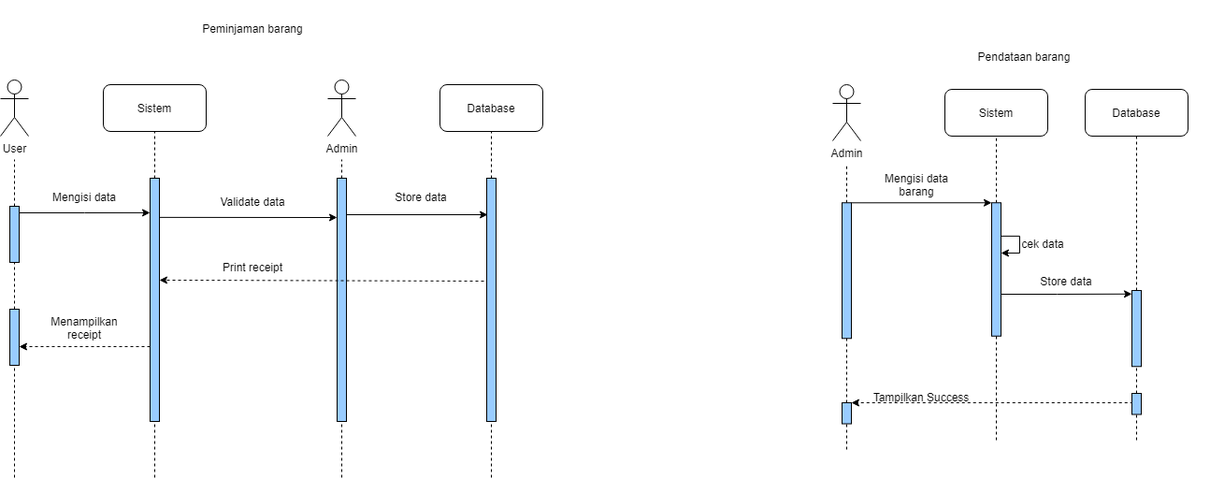
Earlier version of the draw.io export diagrams/Sequence Diagram.drawio.png (johannfac/aplikasipeminjamanaset). Source tidied: cells renumbered, new cells last; positions are measured from the earlier drawing's top-left corner, leaving out a move shared by most shapes.
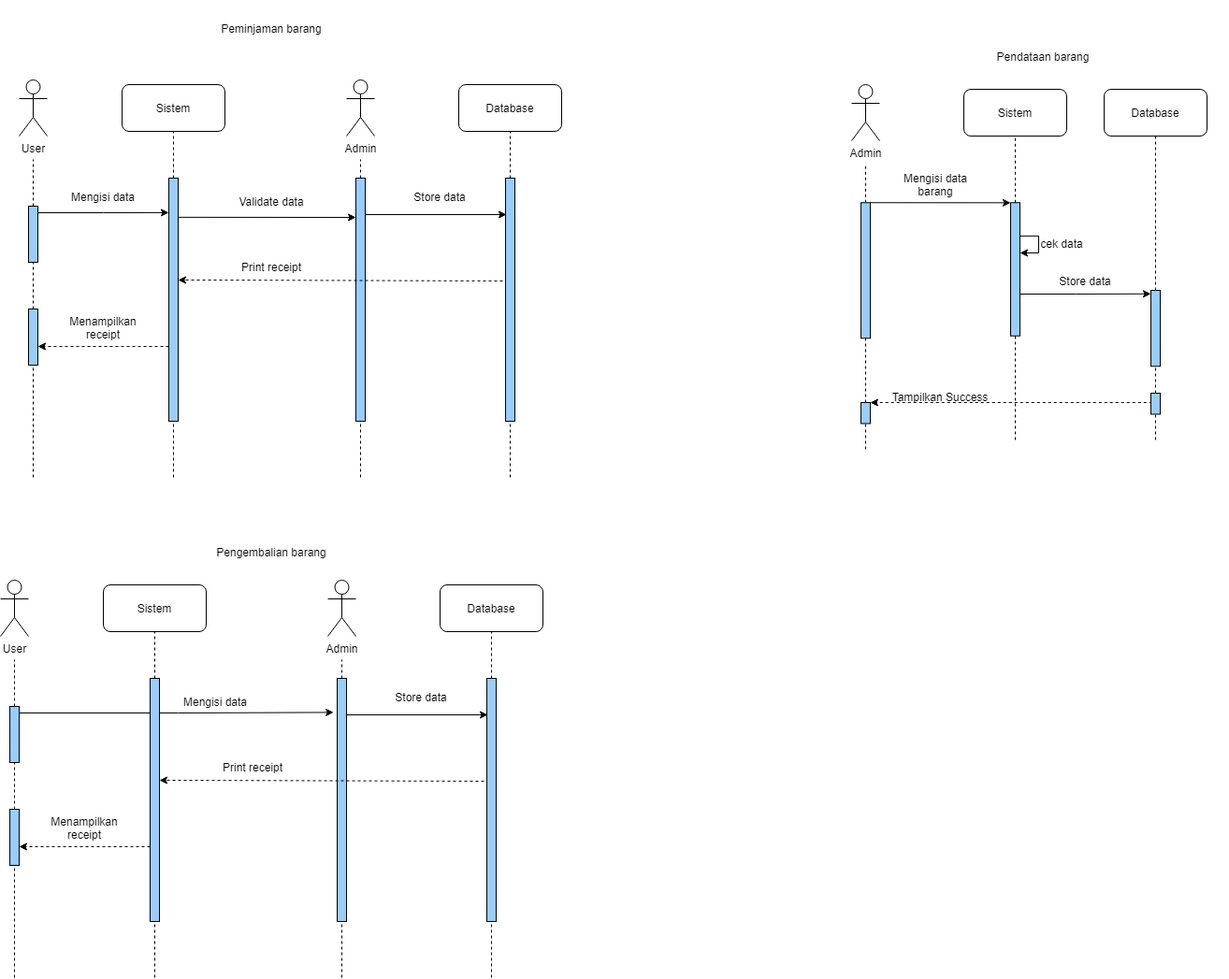
The same file after the commit.

Diff of the diagram source:
```diff
@@ -236,5 +236,103 @@
     <mxCell id="59" value="cek data" style="text;html=1;strokeColor=none;fillColor=none;align=center;verticalAlign=middle;whiteSpace=wrap;rounded=0;" parent="1" vertex="1">
       <mxGeometry x="1090" y="250" width="50" height="20" as="geometry" />
     </mxCell>
+    <mxCell id="60" value="Sistem" style="rounded=1;whiteSpace=wrap;html=1;" parent="1" vertex="1">
+      <mxGeometry x="90" y="625" width="110" height="50" as="geometry" />
+    </mxCell>
+    <mxCell id="61" value="Database" style="rounded=1;whiteSpace=wrap;html=1;" parent="1" vertex="1">
+      <mxGeometry x="450" y="625" width="110" height="50" as="geometry" />
+    </mxCell>
+    <mxCell id="62" value="User" style="shape=umlActor;verticalLabelPosition=bottom;verticalAlign=top;html=1;" parent="1" vertex="1">
+      <mxGeometry x="-20" y="620" width="30" height="60" as="geometry" />
+    </mxCell>
+    <mxCell id="63" value="Admin" style="shape=umlActor;verticalLabelPosition=bottom;verticalAlign=top;html=1;" parent="1" vertex="1">
+      <mxGeometry x="330" y="620" width="30" height="60" as="geometry" />
+    </mxCell>
+    <mxCell id="64" style="endArrow=none;dashed=1;html=1;rounded=0;startArrow=none;" parent="1" edge="1" source="71">
+      <mxGeometry relative="1" as="geometry">
+        <mxPoint x="-5" y="705" as="targetPoint" />
+      </mxGeometry>
+    </mxCell>
+    <mxCell id="65" style="endArrow=none;dashed=1;html=1;rounded=0;startArrow=none;entryX=0.5;entryY=1;entryDx=0;entryDy=0;" parent="1" edge="1" source="73" target="60">
+      <mxGeometry relative="1" as="geometry" />
+    </mxCell>
+    <mxCell id="66" style="endArrow=none;dashed=1;html=1;rounded=0;startArrow=none;" parent="1" edge="1" source="75">
+      <mxGeometry relative="1" as="geometry">
+        <mxPoint x="345" y="705" as="targetPoint" />
+      </mxGeometry>
+    </mxCell>
+    <mxCell id="67" style="endArrow=none;dashed=1;html=1;rounded=0;entryX=0.5;entryY=1;entryDx=0;entryDy=0;startArrow=none;" parent="1" edge="1" source="68" target="61">
+      <mxGeometry relative="1" as="geometry" />
+    </mxCell>
+    <mxCell id="68" style="rounded=0;whiteSpace=wrap;html=1;fillColor=#99CCFF;" parent="1" vertex="1">
+      <mxGeometry x="500" y="725" width="10" height="260" as="geometry" />
+    </mxCell>
+    <mxCell id="69" style="endArrow=none;dashed=1;html=1;rounded=0;entryX=0.5;entryY=1;entryDx=0;entryDy=0;" parent="1" edge="1" target="68">
+      <mxGeometry relative="1" as="geometry">
+        <mxPoint x="505" y="1045" as="sourcePoint" />
+      </mxGeometry>
+    </mxCell>
+    <mxCell id="70" style="edgeStyle=orthogonalEdgeStyle;rounded=0;jettySize=auto;html=1;entryX=-0.383;entryY=0.14;entryDx=0;entryDy=0;entryPerimeter=0;" parent="1" edge="1" target="75">
+      <mxGeometry relative="1" as="geometry">
+        <mxPoint y="762" as="sourcePoint" />
+      </mxGeometry>
+    </mxCell>
+    <mxCell id="71" style="rounded=0;whiteSpace=wrap;html=1;fillColor=#99CCFF;" parent="1" vertex="1">
+      <mxGeometry x="-10" y="755" width="10" height="60" as="geometry" />
+    </mxCell>
+    <mxCell id="72" style="endArrow=none;dashed=1;html=1;rounded=0;startArrow=none;" parent="1" edge="1" source="80" target="71">
+      <mxGeometry relative="1" as="geometry" />
+    </mxCell>
+    <mxCell id="73" style="rounded=0;whiteSpace=wrap;html=1;fillColor=#99CCFF;" parent="1" vertex="1">
+      <mxGeometry x="140" y="725" width="10" height="260" as="geometry" />
+    </mxCell>
+    <mxCell id="74" style="endArrow=none;dashed=1;html=1;rounded=0;entryX=0.5;entryY=1;entryDx=0;entryDy=0;" parent="1" edge="1" target="73">
+      <mxGeometry relative="1" as="geometry">
+        <mxPoint x="145" y="1045" as="sourcePoint" />
+      </mxGeometry>
+    </mxCell>
+    <mxCell id="75" style="rounded=0;whiteSpace=wrap;html=1;fillColor=#99CCFF;" parent="1" vertex="1">
+      <mxGeometry x="340" y="725" width="10" height="260" as="geometry" />
+    </mxCell>
+    <mxCell id="76" style="endArrow=none;dashed=1;html=1;rounded=0;entryX=0.5;entryY=1;entryDx=0;entryDy=0;" parent="1" edge="1" target="75">
+      <mxGeometry relative="1" as="geometry">
+        <mxPoint x="345" y="1045" as="sourcePoint" />
+      </mxGeometry>
+    </mxCell>
+    <mxCell id="77" value="Mengisi data" style="text;html=1;strokeColor=none;fillColor=none;align=center;verticalAlign=middle;whiteSpace=wrap;rounded=0;" parent="1" vertex="1">
+      <mxGeometry x="160" y="740" width="100" height="20" as="geometry" />
+    </mxCell>
+    <mxCell id="78" value="Store data" style="text;html=1;strokeColor=none;fillColor=none;align=center;verticalAlign=middle;whiteSpace=wrap;rounded=0;" parent="1" vertex="1">
+      <mxGeometry x="380" y="730" width="100" height="30" as="geometry" />
+    </mxCell>
+    <mxCell id="79" style="endArrow=classic;html=1;rounded=0;entryX=0.1;entryY=0.15;entryDx=0;entryDy=0;entryPerimeter=0;exitX=1;exitY=0.15;exitDx=0;exitDy=0;exitPerimeter=0;" parent="1" edge="1" source="75" target="68">
+      <mxGeometry relative="1" as="geometry" />
+    </mxCell>
+    <mxCell id="80" style="rounded=0;whiteSpace=wrap;html=1;fillColor=#99CCFF;" parent="1" vertex="1">
+      <mxGeometry x="-10" y="865" width="10" height="60" as="geometry" />
+    </mxCell>
+    <mxCell id="81" style="endArrow=none;dashed=1;html=1;rounded=0;" parent="1" edge="1" target="80">
+      <mxGeometry relative="1" as="geometry">
+        <mxPoint x="-5" y="1045" as="sourcePoint" />
+      </mxGeometry>
+    </mxCell>
+    <mxCell id="82" value="Print receipt" style="text;html=1;strokeColor=none;fillColor=none;align=center;verticalAlign=middle;whiteSpace=wrap;rounded=0;" parent="1" vertex="1">
+      <mxGeometry x="200" y="805" width="100" height="30" as="geometry" />
+    </mxCell>
+    <mxCell id="83" style="endArrow=classic;html=1;rounded=0;exitX=-0.3;exitY=0.423;exitDx=0;exitDy=0;exitPerimeter=0;dashed=1;entryX=1;entryY=0.419;entryDx=0;entryDy=0;entryPerimeter=0;" parent="1" edge="1" source="68" target="73">
+      <mxGeometry relative="1" as="geometry" />
+    </mxCell>
+    <mxCell id="84" value="Menampilkan receipt" style="text;html=1;strokeColor=none;fillColor=none;align=center;verticalAlign=middle;whiteSpace=wrap;rounded=0;" parent="1" vertex="1">
+      <mxGeometry x="20" y="865" width="100" height="40" as="geometry" />
+    </mxCell>
+    <mxCell id="85" style="endArrow=classic;html=1;rounded=0;dashed=1;" parent="1" edge="1">
+      <mxGeometry relative="1" as="geometry">
+        <mxPoint x="140" y="905" as="sourcePoint" />
+        <mxPoint y="905" as="targetPoint" />
+      </mxGeometry>
+    </mxCell>
+    <mxCell id="86" value="Pengembalian barang" style="text;html=1;strokeColor=none;fillColor=none;align=center;verticalAlign=middle;whiteSpace=wrap;rounded=0;" parent="1" vertex="1">
+      <mxGeometry x="160" y="560" width="220" height="60" as="geometry" />
+    </mxCell>
   </root>
 </mxGraphModel>
```
